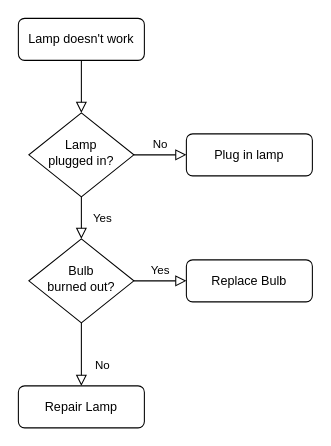
The draw.io diagram CaseFlow.drawio in yazuminsu/diagrams, before the edit. Source tidied: cells renumbered, new cells numbered last; positions are measured from the earlier drawing's top-left corner, leaving out a move shared by most shapes. Both pictures are drawn from the tidied source at 105%, with x=0, y=0 at pixel (18, 18).
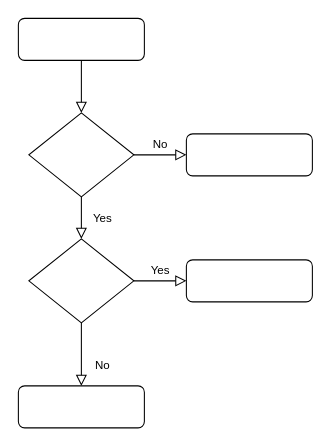
The same page after the edit.

Change to the diagram source:
```diff
@@
 <mxGraphModel>
   <root>
     <mxCell id="0" />
     <mxCell id="1" parent="0" />
     <mxCell id="2" style="rounded=0;html=1;jettySize=auto;fontSize=11;endArrow=block;endFill=0;endSize=8;strokeWidth=1;shadow=0;labelBackgroundColor=none;edgeStyle=orthogonalEdgeStyle;" parent="1" edge="1" source="3" target="6">
       <mxGeometry relative="1" as="geometry" />
     </mxCell>
-    <mxCell id="3" value="Lamp doesn't work" style="rounded=1;whiteSpace=wrap;html=1;fontSize=12;glass=0;strokeWidth=1;shadow=0;" parent="1" vertex="1">
+    <mxCell id="3" style="rounded=1;whiteSpace=wrap;html=1;fontSize=12;glass=0;strokeWidth=1;shadow=0;" parent="1" vertex="1">
       <mxGeometry width="120" height="40" as="geometry" />
     </mxCell>
     <mxCell id="4" value="Yes" style="rounded=0;html=1;jettySize=auto;fontSize=11;endArrow=block;endFill=0;endSize=8;strokeWidth=1;shadow=0;labelBackgroundColor=none;edgeStyle=orthogonalEdgeStyle;" parent="1" edge="1" source="6" target="10">
       <mxGeometry y="20" relative="1" as="geometry" />
     </mxCell>
     <mxCell id="5" value="No" style="edgeStyle=orthogonalEdgeStyle;rounded=0;html=1;jettySize=auto;fontSize=11;endArrow=block;endFill=0;endSize=8;strokeWidth=1;shadow=0;labelBackgroundColor=none;" parent="1" edge="1" source="6" target="7">
       <mxGeometry y="10" relative="1" as="geometry" />
     </mxCell>
-    <mxCell id="6" value="Lamp&lt;br&gt;plugged in?" style="rhombus;whiteSpace=wrap;html=1;shadow=0;fontFamily=Helvetica;fontSize=12;align=center;strokeWidth=1;spacing=6;spacingTop=-4;" parent="1" vertex="1">
+    <mxCell id="6" style="rhombus;whiteSpace=wrap;html=1;shadow=0;fontFamily=Helvetica;fontSize=12;align=center;strokeWidth=1;spacing=6;spacingTop=-4;" parent="1" vertex="1">
       <mxGeometry x="10" y="90" width="100" height="80" as="geometry" />
     </mxCell>
-    <mxCell id="7" value="Plug in lamp" style="rounded=1;whiteSpace=wrap;html=1;fontSize=12;glass=0;strokeWidth=1;shadow=0;" parent="1" vertex="1">
+    <mxCell id="7" style="rounded=1;whiteSpace=wrap;html=1;fontSize=12;glass=0;strokeWidth=1;shadow=0;" parent="1" vertex="1">
       <mxGeometry x="160" y="110" width="120" height="40" as="geometry" />
     </mxCell>
     <mxCell id="8" value="No" style="rounded=0;html=1;jettySize=auto;fontSize=11;endArrow=block;endFill=0;endSize=8;strokeWidth=1;shadow=0;labelBackgroundColor=none;edgeStyle=orthogonalEdgeStyle;" parent="1" edge="1" source="10" target="11">
       <mxGeometry x="0.33" y="20" relative="1" as="geometry" />
     </mxCell>
     <mxCell id="9" value="Yes" style="edgeStyle=orthogonalEdgeStyle;rounded=0;html=1;jettySize=auto;fontSize=11;endArrow=block;endFill=0;endSize=8;strokeWidth=1;shadow=0;labelBackgroundColor=none;" parent="1" edge="1" source="10" target="12">
       <mxGeometry y="10" relative="1" as="geometry" />
     </mxCell>
-    <mxCell id="10" value="Bulb&lt;br&gt;burned out?" style="rhombus;whiteSpace=wrap;html=1;shadow=0;fontFamily=Helvetica;fontSize=12;align=center;strokeWidth=1;spacing=6;spacingTop=-4;" parent="1" vertex="1">
+    <mxCell id="10" style="rhombus;whiteSpace=wrap;html=1;shadow=0;fontFamily=Helvetica;fontSize=12;align=center;strokeWidth=1;spacing=6;spacingTop=-4;" parent="1" vertex="1">
       <mxGeometry x="10" y="210" width="100" height="80" as="geometry" />
     </mxCell>
-    <mxCell id="11" value="Repair Lamp" style="rounded=1;whiteSpace=wrap;html=1;fontSize=12;glass=0;strokeWidth=1;shadow=0;" parent="1" vertex="1">
+    <mxCell id="11" style="rounded=1;whiteSpace=wrap;html=1;fontSize=12;glass=0;strokeWidth=1;shadow=0;" parent="1" vertex="1">
       <mxGeometry y="350" width="120" height="40" as="geometry" />
     </mxCell>
-    <mxCell id="12" value="Replace Bulb" style="rounded=1;whiteSpace=wrap;html=1;fontSize=12;glass=0;strokeWidth=1;shadow=0;" parent="1" vertex="1">
+    <mxCell id="12" style="rounded=1;whiteSpace=wrap;html=1;fontSize=12;glass=0;strokeWidth=1;shadow=0;" parent="1" vertex="1">
       <mxGeometry x="160" y="230" width="120" height="40" as="geometry" />
     </mxCell>
   </root>
 </mxGraphModel>
```
